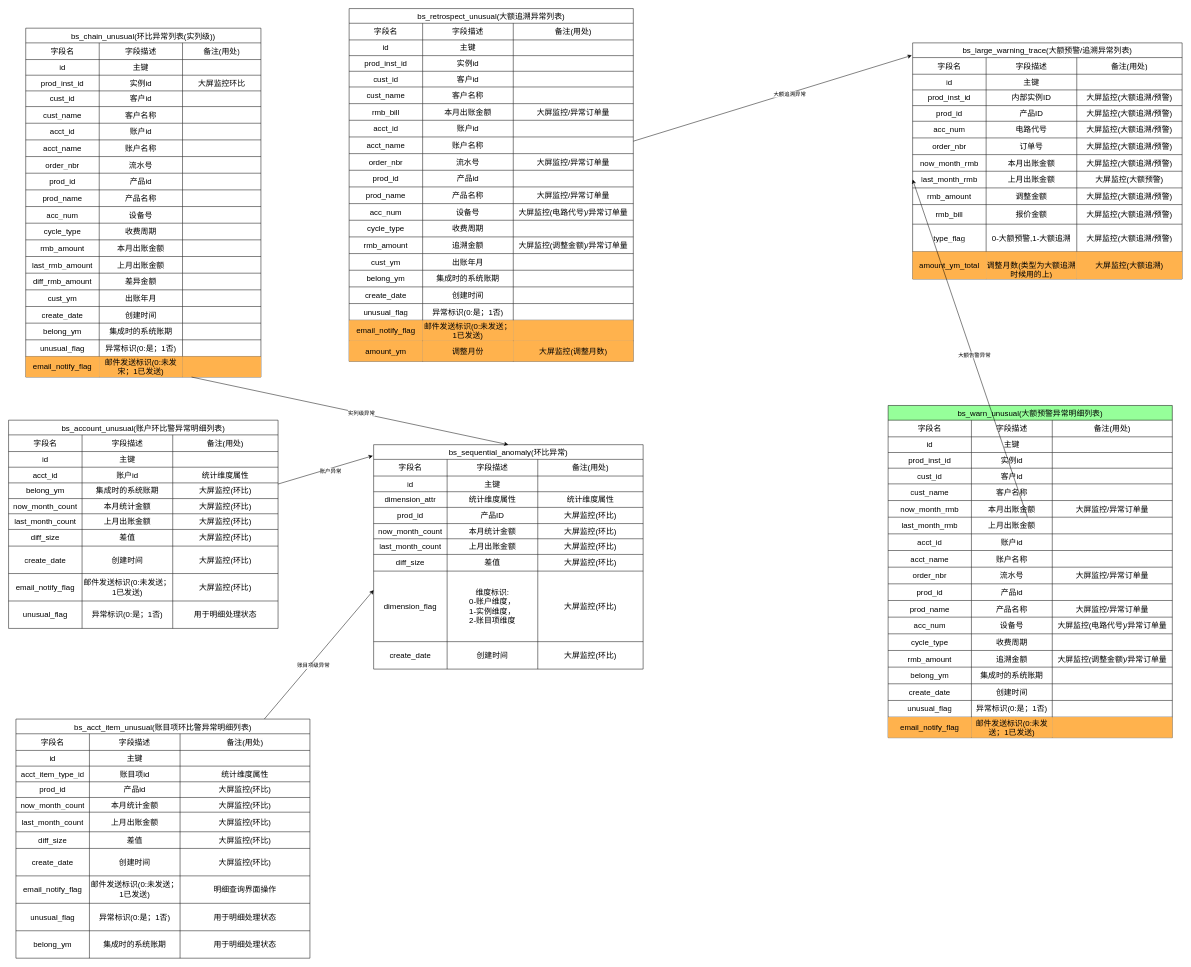
The draw.io diagram page "表结构" (1 of 3) of 环比异常设计.drawio in kunge2013/draw_view, before the edit. Source tidied: cells renumbered, new cells numbered last; positions are measured from the earlier drawing's top-left corner, leaving out a move shared by most shapes. Both pictures are drawn from the tidied source at 49%, with x=0, y=0 at pixel (8, 8).
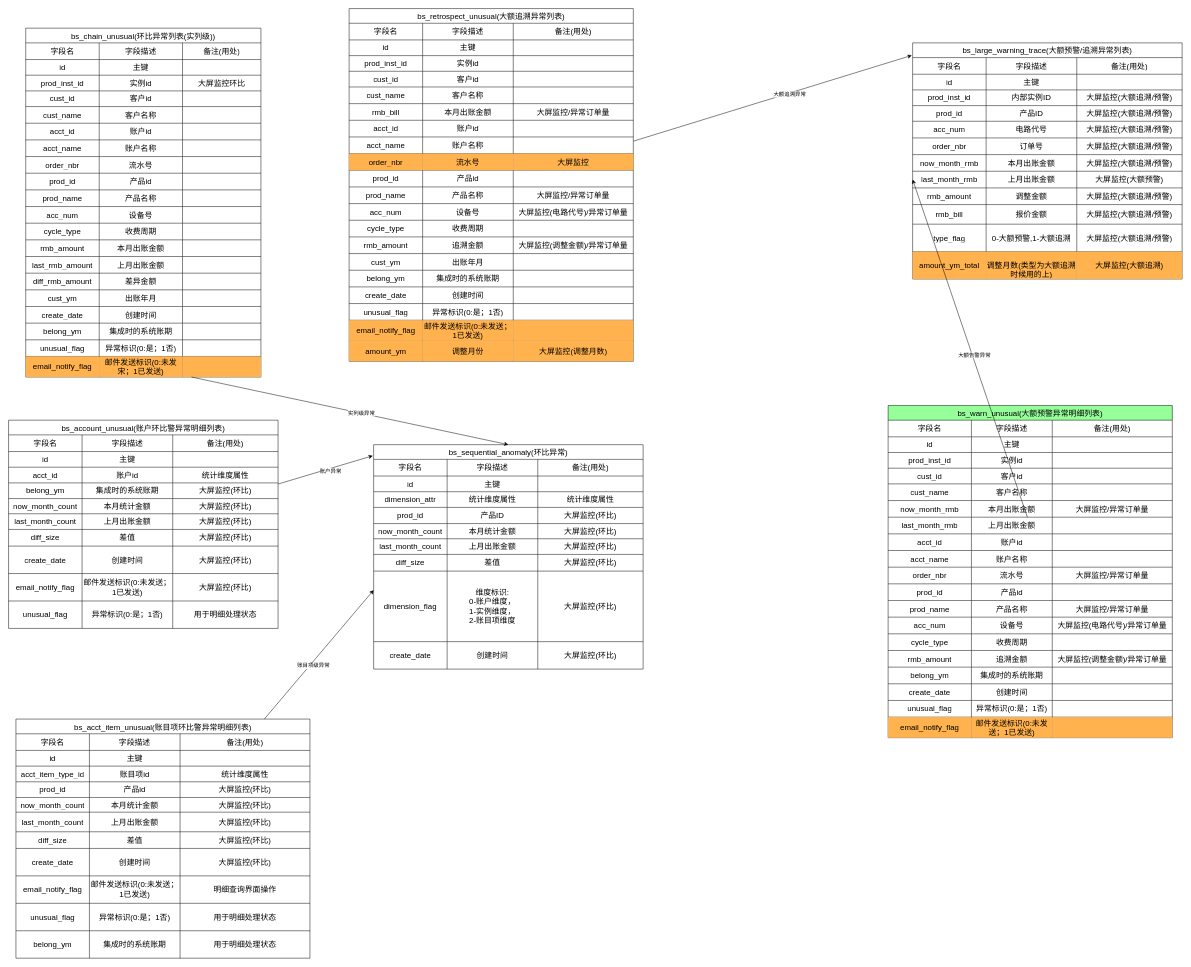
The same page after the edit.

Unchanged cells that the change refers to:
```xml
<mxCell id="118" style="shape=tableRow;horizontal=0;startSize=0;swimlaneHead=0;swimlaneBody=0;strokeColor=inherit;top=0;left=0;bottom=0;right=0;fillColor=none;fontSize=16;" parent="85" vertex="1">
  <mxGeometry y="296" width="580" height="34" as="geometry" />
</mxCell>
```

The edit, as a diff of the source:
```diff
@@
-    <mxCell id="119" value="order_nbr" style="shape=partialRectangle;html=1;whiteSpace=wrap;strokeColor=inherit;overflow=hidden;fillColor=none;top=0;left=0;bottom=0;right=0;fontSize=16;" parent="118" vertex="1">
+    <mxCell id="119" value="order_nbr" style="shape=partialRectangle;html=1;whiteSpace=wrap;strokeColor=inherit;overflow=hidden;fillColor=#FFB24D;top=0;left=0;bottom=0;right=0;fontSize=16;" parent="118" vertex="1">
       <mxGeometry width="150" height="34" as="geometry" />
     </mxCell>
-    <mxCell id="120" value="流水号" style="shape=partialRectangle;html=1;whiteSpace=wrap;strokeColor=inherit;overflow=hidden;fillColor=none;top=0;left=0;bottom=0;right=0;fontSize=16;" parent="118" vertex="1">
+    <mxCell id="120" value="流水号" style="shape=partialRectangle;html=1;whiteSpace=wrap;strokeColor=inherit;overflow=hidden;fillColor=#FFB24D;top=0;left=0;bottom=0;right=0;fontSize=16;" parent="118" vertex="1">
       <mxGeometry x="150" width="185" height="34" as="geometry" />
     </mxCell>
-    <mxCell id="121" value="大屏监控/异常订单量" style="shape=partialRectangle;html=1;whiteSpace=wrap;strokeColor=inherit;overflow=hidden;fillColor=none;top=0;left=0;bottom=0;right=0;fontSize=16;" parent="118" vertex="1">
+    <mxCell id="121" value="大屏监控" style="shape=partialRectangle;html=1;whiteSpace=wrap;strokeColor=inherit;overflow=hidden;fillColor=#FFB24D;top=0;left=0;bottom=0;right=0;fontSize=16;" parent="118" vertex="1">
       <mxGeometry x="335" width="245" height="34" as="geometry" />
     </mxCell>
```
